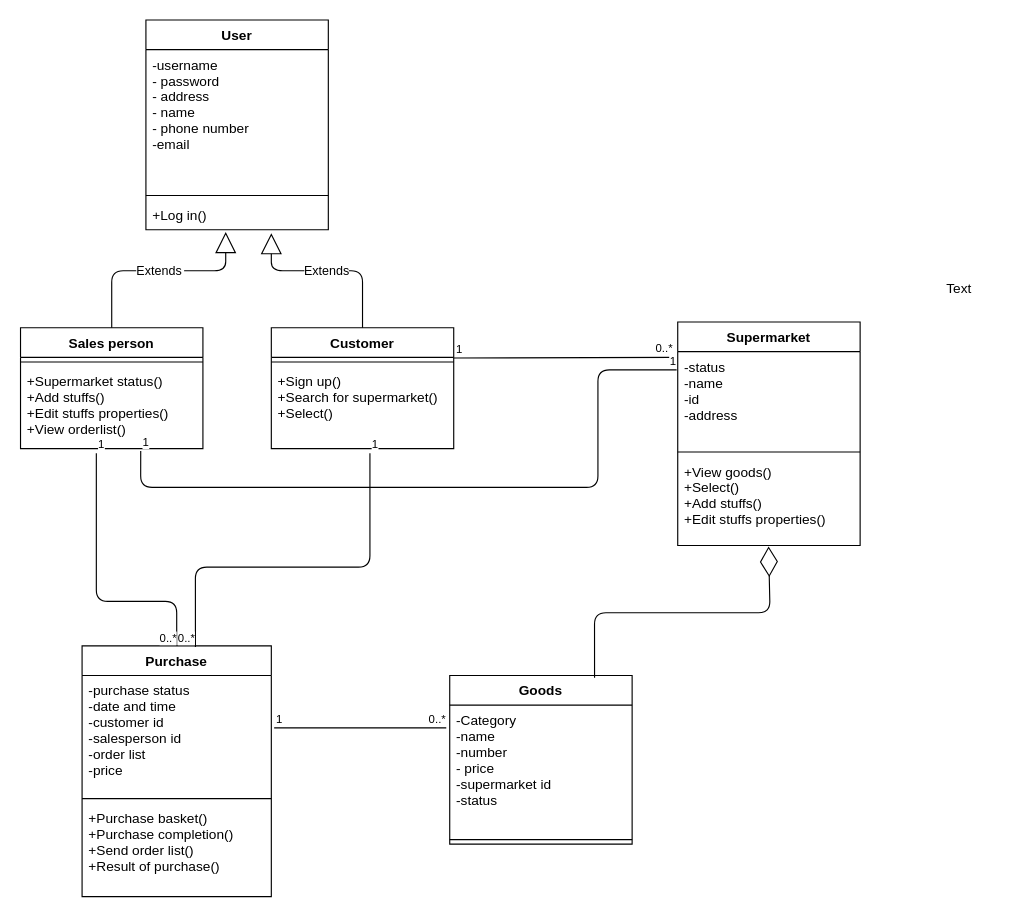
marketplus95/marketplus95 keeps this draw.io diagram as docs/optimized class diagram.drawio. Above is the earlier version. Source tidied: cells renumbered, new cells numbered last; positions are measured from the earlier drawing's top-left corner, leaving out a move shared by most shapes. Both pictures are drawn from the tidied source at 114%, with x=0, y=0 at pixel (21, 19).
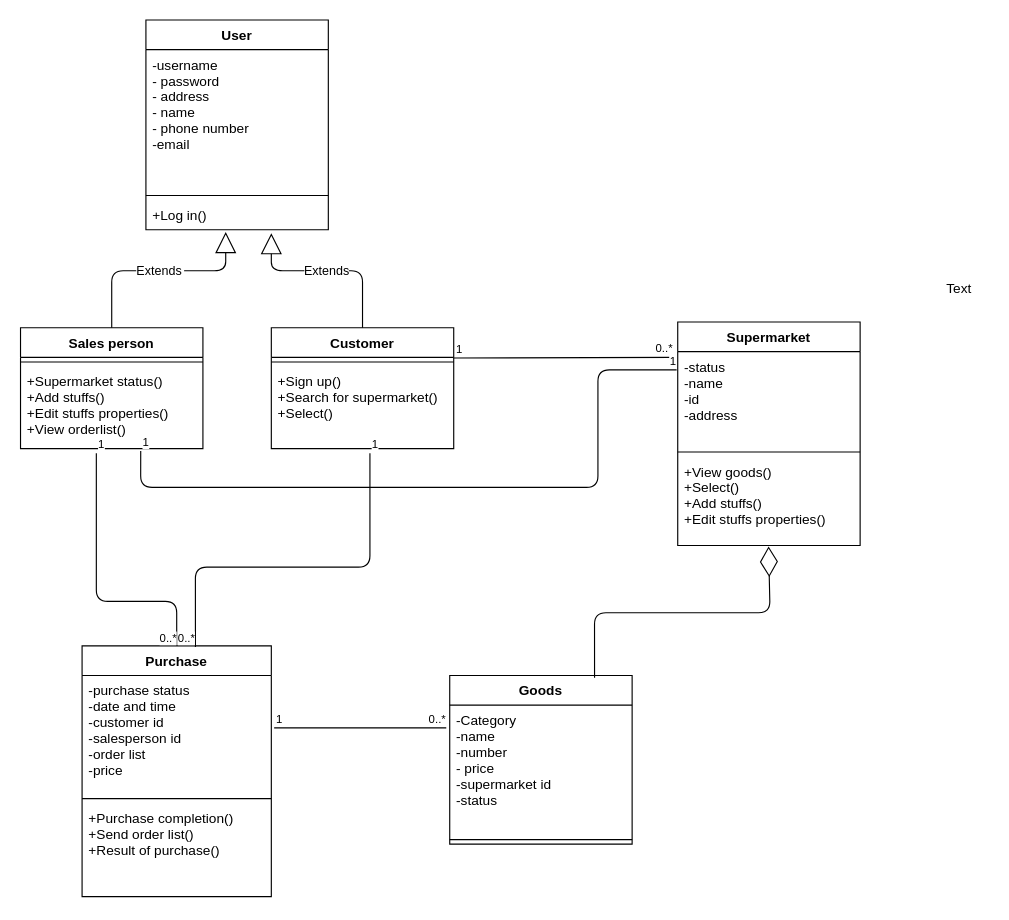
The same page after the edit.

Unchanged cells that the change refers to:
```xml
<mxCell id="21" value="Purchase" style="swimlane;fontStyle=1;align=center;verticalAlign=top;horizontal=1;startSize=26;" parent="1" vertex="1">
  <mxGeometry x="53.5" y="549" width="166" height="220" as="geometry" />
</mxCell>
```

Diff of the diagram source:
```diff
@@
-    <mxCell id="24" value="+Purchase basket()&#10;+Purchase completion()&#10;+Send order list()&#10;+Result of purchase()&#10;" style="text;strokeColor=none;fillColor=none;align=left;verticalAlign=top;spacingLeft=4;spacingRight=4;overflow=hidden;" parent="21" vertex="1">
+    <mxCell id="24" value="+Purchase completion()&#10;+Send order list()&#10;+Result of purchase()&#10;" style="text;strokeColor=none;fillColor=none;align=left;verticalAlign=top;spacingLeft=4;spacingRight=4;overflow=hidden;" parent="21" vertex="1">
       <mxGeometry y="138" width="166" height="82" as="geometry" />
     </mxCell>
```
